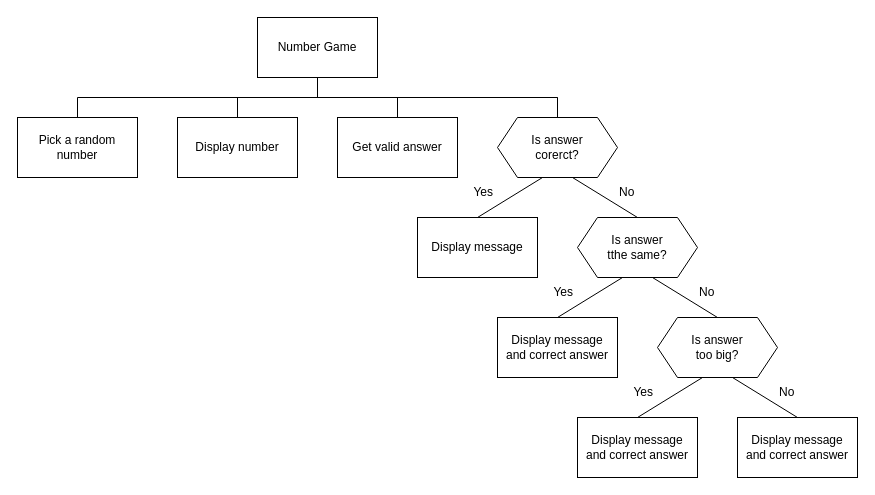
The draw.io diagram page "sd4" (4 of 7) of n5-cs/sdd/N5-SDD-Chance/assets/N5 SDD Chance.drawio in MrFriendCS/MrFriendCS.github.io, before the edit. Source tidied: cells renumbered, new cells numbered last; positions are measured from the earlier drawing's top-left corner, leaving out a move shared by most shapes. Both pictures are drawn from the tidied source at 100%, with x=0, y=0 at pixel (17, 17).
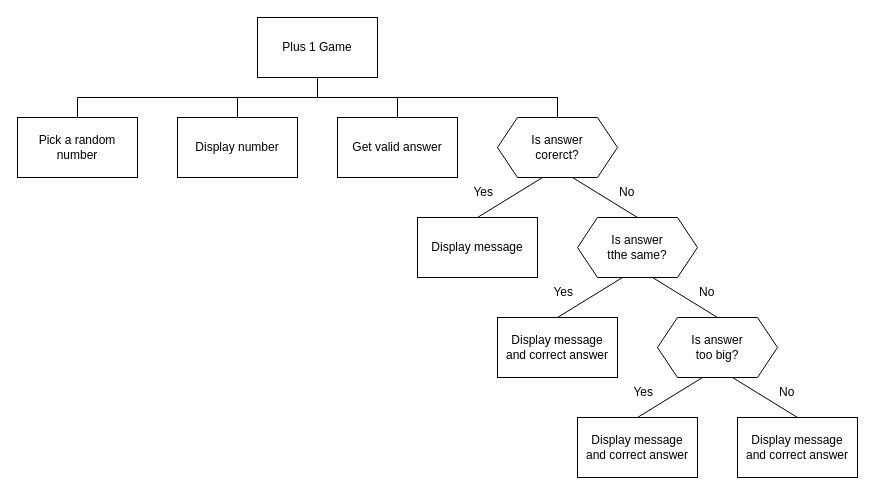
Above is the later version.

The edit, as a diff of the source:
```diff
@@
-    <mxCell id="3" value="Number Game" style="rounded=0;whiteSpace=wrap;html=1;spacingLeft=4;spacingRight=4;" parent="1" vertex="1">
+    <mxCell id="3" value="Plus 1 Game" style="rounded=0;whiteSpace=wrap;html=1;spacingLeft=4;spacingRight=4;" parent="1" vertex="1">
       <mxGeometry x="240" width="120" height="60" as="geometry" />
     </mxCell>
```
